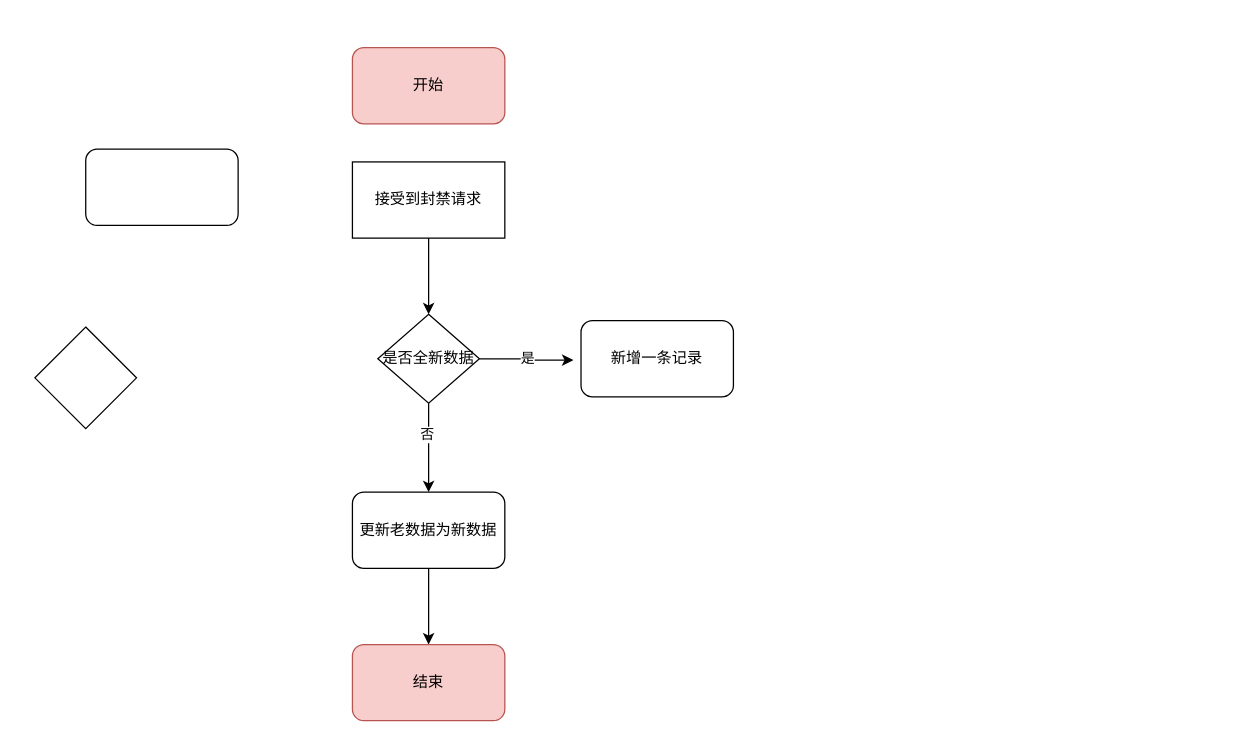
Above: 黑库流程图.drawio in lishuai-0/picture_source_file_draw_io (draw.io), before the change. Source tidied: cells renumbered, new cells numbered last; positions are measured from the earlier drawing's top-left corner, leaving out a move shared by most shapes. Both pictures are drawn from the tidied source at 127%, with x=0, y=0 at pixel (34, 47).
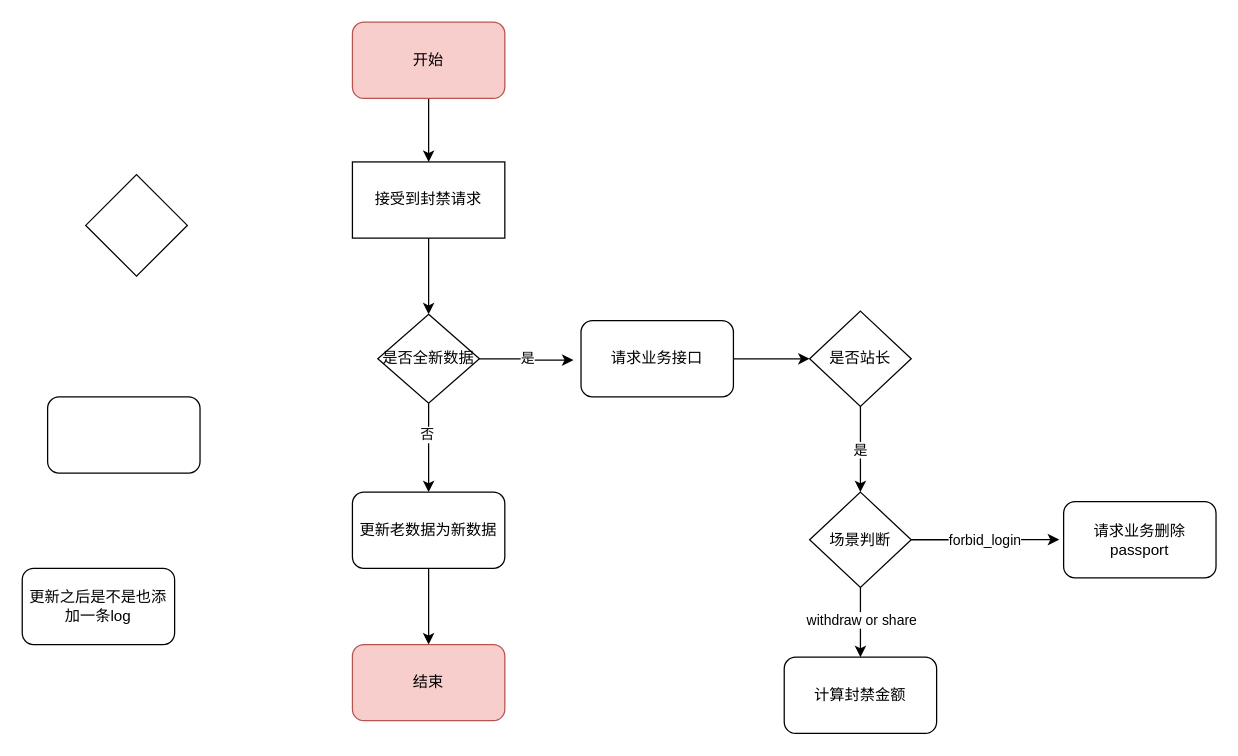
The same diagram, later.

Commit message (it also covers changes not shown here):
更新黑库流程图.drawio

Unchanged cells that the change refers to:
```xml
<mxCell id="3" value="接受到封禁请求" style="rounded=0;whiteSpace=wrap;html=1;" parent="1" vertex="1">
  <mxGeometry x="250" y="90" width="120" height="60" as="geometry" />
</mxCell>
```

Change to the diagram source:
```diff
@@
+    <mxCell id="15" style="edgeStyle=orthogonalEdgeStyle;rounded=0;jettySize=auto;html=1;exitX=1;exitY=0.5;exitDx=0;exitDy=0;" parent="1" edge="1" source="9" target="12">
+      <mxGeometry relative="1" as="geometry" />
+    </mxCell>
-    <mxCell id="9" value="新增一条记录" style="rounded=1;whiteSpace=wrap;html=1;" parent="1" vertex="1">
+    <mxCell id="9" value="请求业务接口" style="rounded=1;whiteSpace=wrap;html=1;" parent="1" vertex="1">
       <mxGeometry x="430" y="215" width="120" height="60" as="geometry" />
     </mxCell>
@@
-    <mxCell id="11" style="rounded=1;whiteSpace=wrap;html=1;" parent="1" vertex="1">
-      <mxGeometry x="40" y="80" width="120" height="60" as="geometry" />
-    </mxCell>
-    <mxCell id="12" style="rhombus;whiteSpace=wrap;html=1;" parent="1" vertex="1">
-      <mxGeometry y="220" width="80" height="80" as="geometry" />
+    <mxCell id="12" value="是否站长" style="rhombus;whiteSpace=wrap;html=1;" parent="1" vertex="1">
+      <mxGeometry x="610" y="207.5" width="80" height="75" as="geometry" />
     </mxCell>
@@
+    <mxCell id="16" style="edgeStyle=orthogonalEdgeStyle;rounded=0;jettySize=auto;html=1;exitX=0.5;exitY=1;exitDx=0;exitDy=0;entryX=0.5;entryY=0;entryDx=0;entryDy=0;" parent="1" edge="1" source="14" target="3">
+      <mxGeometry relative="1" as="geometry" />
+    </mxCell>
     <mxCell id="14" value="开始" style="rounded=1;whiteSpace=wrap;html=1;fillColor=#f8cecc;strokeColor=#b85450;" parent="1" vertex="1">
-      <mxGeometry x="250" width="120" height="60" as="geometry" />
+      <mxGeometry x="250" y="-20" width="120" height="60" as="geometry" />
     </mxCell>
+    <mxCell id="17" value="更新之后是不是也添加一条log" style="rounded=1;whiteSpace=wrap;html=1;" parent="1" vertex="1">
+      <mxGeometry x="-10" y="410" width="120" height="60" as="geometry" />
+    </mxCell>
+    <mxCell id="18" style="rounded=1;whiteSpace=wrap;html=1;" parent="1" vertex="1">
+      <mxGeometry x="10" y="275" width="120" height="60" as="geometry" />
+    </mxCell>
+    <mxCell id="19" style="rhombus;whiteSpace=wrap;html=1;" parent="1" vertex="1">
+      <mxGeometry x="40" y="100" width="80" height="80" as="geometry" />
+    </mxCell>
+    <mxCell id="20" value="是" style="edgeStyle=orthogonalEdgeStyle;rounded=0;jettySize=auto;html=1;exitX=0.5;exitY=1;exitDx=0;exitDy=0;entryX=0.5;entryY=0;entryDx=0;entryDy=0;" parent="1" edge="1" source="12" target="23">
+      <mxGeometry relative="1" as="geometry" />
+    </mxCell>
+    <mxCell id="21" style="edgeStyle=orthogonalEdgeStyle;rounded=0;jettySize=auto;html=1;exitX=0.5;exitY=1;exitDx=0;exitDy=0;" parent="1" edge="1" source="23" target="24">
+      <mxGeometry relative="1" as="geometry" />
+    </mxCell>
+    <mxCell id="22" value="withdraw or share" style="edgeLabel;html=1;align=center;verticalAlign=middle;" parent="21" vertex="1">
+      <mxGeometry x="-0.09" relative="1" as="geometry" />
+    </mxCell>
+    <mxCell id="23" value="场景判断" style="rhombus;whiteSpace=wrap;html=1;" parent="1" vertex="1">
+      <mxGeometry x="610" y="350" width="80" height="75" as="geometry" />
+    </mxCell>
+    <mxCell id="24" value="计算封禁金额" style="rounded=1;whiteSpace=wrap;html=1;" parent="1" vertex="1">
+      <mxGeometry x="590" y="480" width="120" height="60" as="geometry" />
+    </mxCell>
+    <mxCell id="25" value="请求业务删除passport" style="rounded=1;whiteSpace=wrap;html=1;" parent="1" vertex="1">
+      <mxGeometry x="810" y="357.5" width="120" height="60" as="geometry" />
+    </mxCell>
+    <mxCell id="26" value="forbid_login" style="edgeStyle=orthogonalEdgeStyle;rounded=0;jettySize=auto;html=1;exitX=1;exitY=0.5;exitDx=0;exitDy=0;entryX=-0.029;entryY=0.498;entryDx=0;entryDy=0;entryPerimeter=0;" parent="1" edge="1" source="23" target="25">
+      <mxGeometry relative="1" as="geometry" />
+    </mxCell>
```
